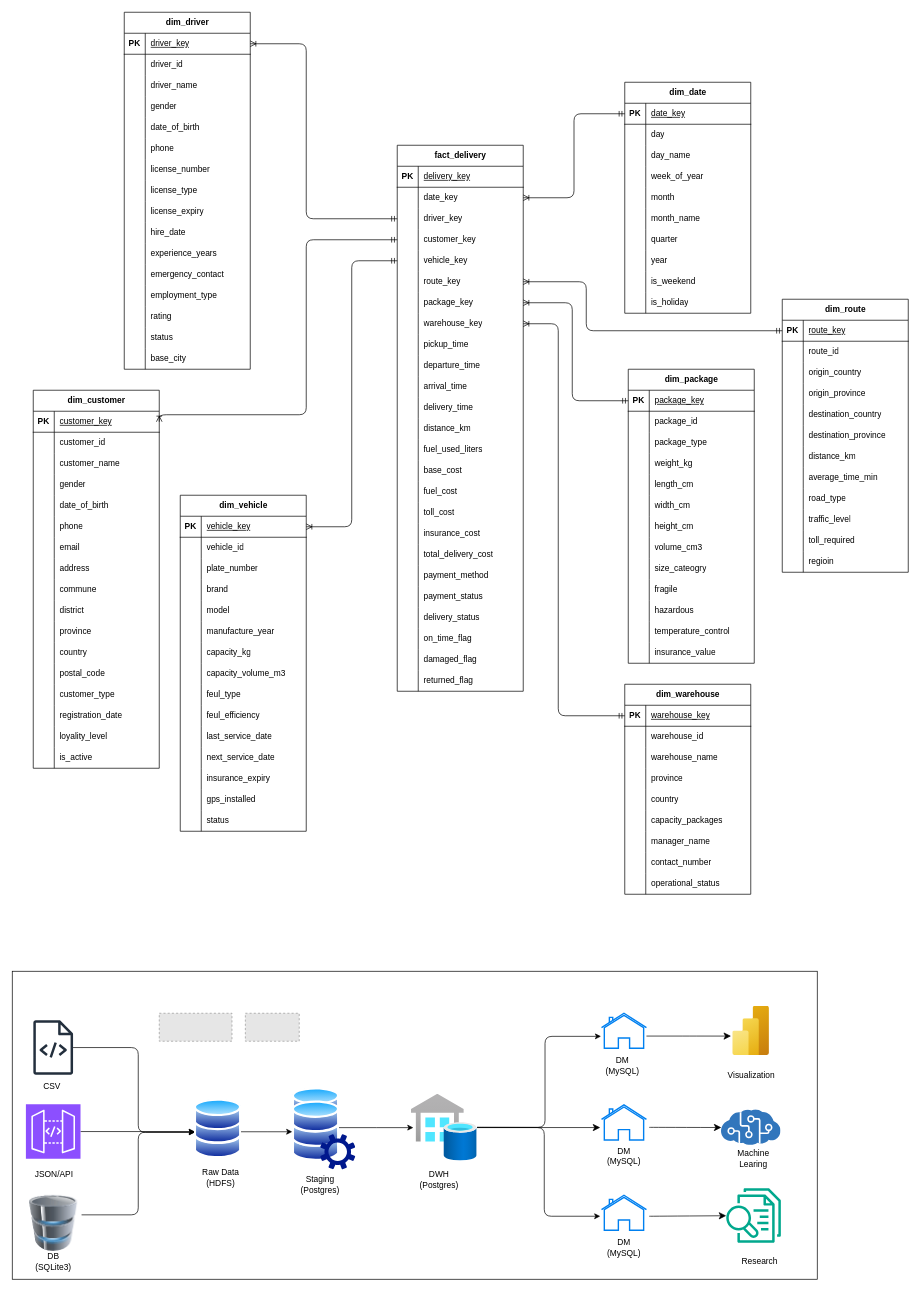
The draw.io diagram diagrams/Logistic.drawio in Nhaaa4/Logistic-DataWareHouse-And-DataMart, before the edit. Source tidied: cells renumbered, new cells numbered last; positions are measured from the earlier drawing's top-left corner, leaving out a move shared by most shapes. Both pictures are drawn from the tidied source at 70%, with x=0, y=0 at pixel (12, 12). Pictures stored in the file or linked from it are replaced by grey dashed boxes.
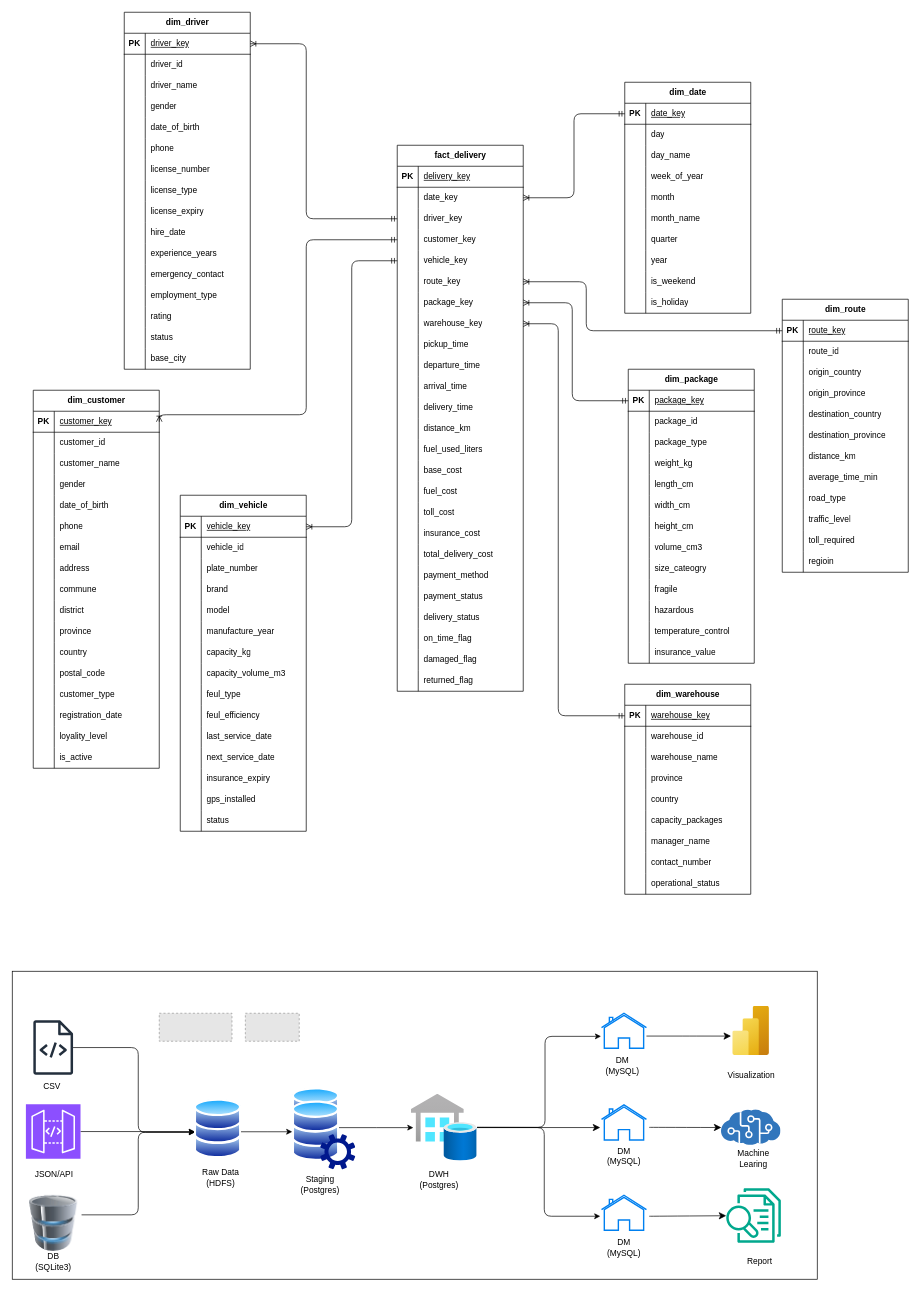
Above is the later version.

Change to the diagram source:
```diff
@@
-    <mxCell id="414" value="Research" style="text;html=1;whiteSpace=wrap;strokeColor=none;fillColor=none;align=center;verticalAlign=middle;rounded=0;" parent="1" vertex="1">
+    <mxCell id="414" value="Report" style="text;html=1;whiteSpace=wrap;strokeColor=none;fillColor=none;align=center;verticalAlign=middle;rounded=0;" parent="1" vertex="1">
       <mxGeometry x="1038" y="1770" width="60" height="30" as="geometry" />
     </mxCell>
```
